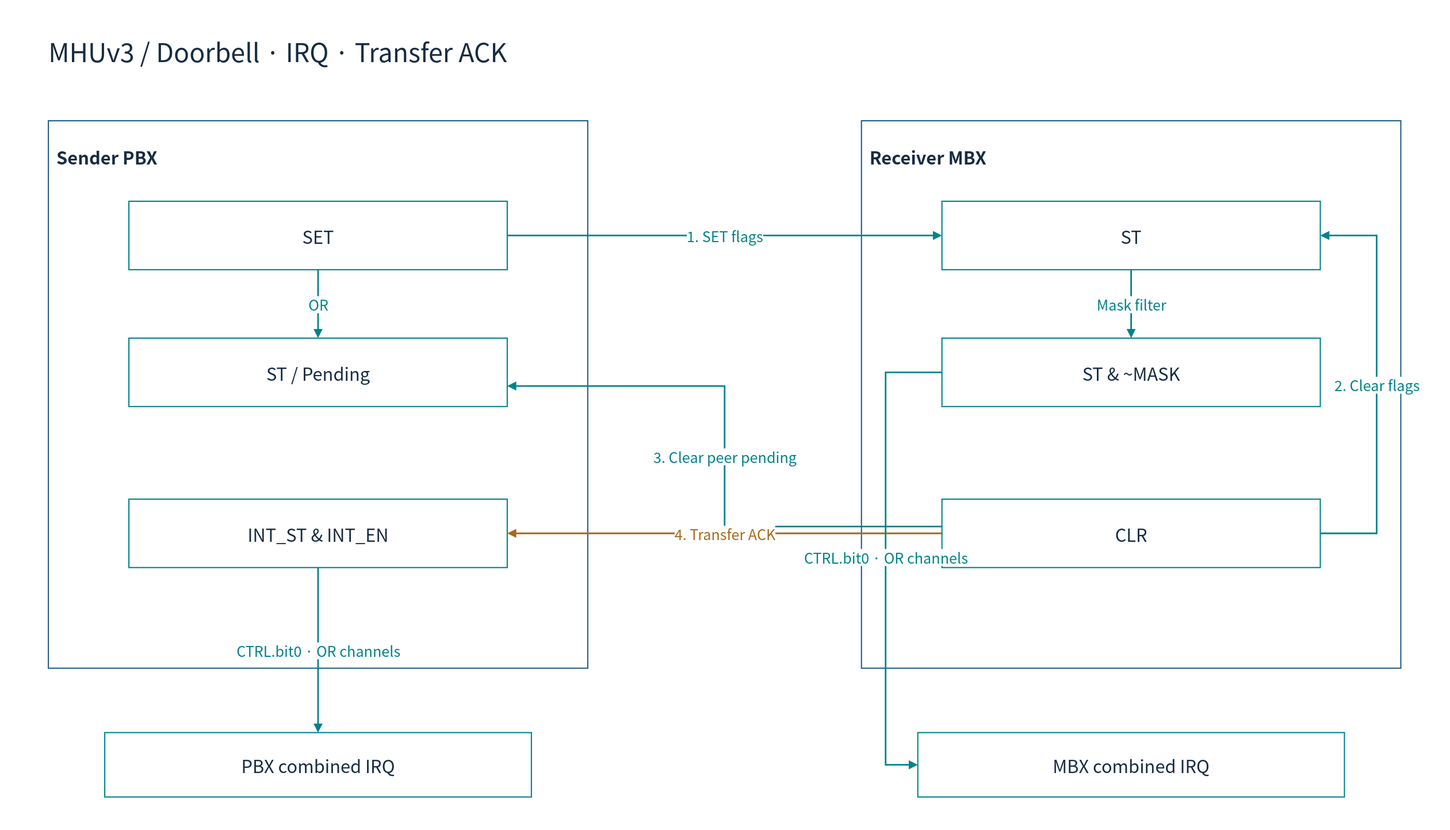
The draw.io diagram doc/phase1/mailbox/diagrams/02-registers.drawio.svg in cometzero/project-apollo, before a commit. Source tidied: cells renumbered, new cells last; positions are measured from the earlier drawing's top-left corner, leaving out a move shared by most shapes.
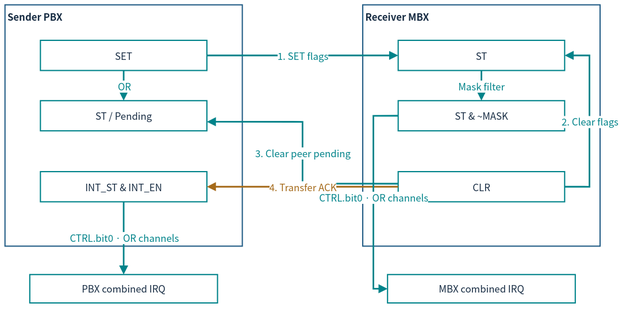
Above is the later version.

What changed in the source:
```diff
@@ -2,79 +2,73 @@
   <root>
     <mxCell id="0" />
     <mxCell id="1" parent="0" />
-    <mxCell id="2" style="rounded=0;whiteSpace=wrap;html=1;fillColor=#FFFFFF;strokeColor=none;strokeWidth=1.5;fontColor=#172C43;fontFamily=Noto Sans CJK KR;fontSize=22;spacing=10;" parent="1" vertex="1">
-      <mxGeometry width="1800" height="1030" as="geometry" />
-    </mxCell>
-    <mxCell id="3" value="MHUv3 / Doorbell · IRQ · Transfer ACK" style="rounded=0;whiteSpace=wrap;html=1;fillColor=#FFFFFF;strokeColor=none;strokeWidth=1.5;fontColor=#172C43;fontFamily=Noto Sans CJK KR;fontSize=22;spacing=10;fontSize=32;align=left;" parent="1" vertex="1">
-      <mxGeometry x="50" y="30" width="1700" height="65" as="geometry" />
-    </mxCell>
-    <mxCell id="4" value="Sender PBX" style="rounded=0;whiteSpace=wrap;html=1;fillColor=#FFFFFF;strokeColor=#235D86;strokeWidth=1.5;fontColor=#172C43;fontFamily=Noto Sans CJK KR;fontSize=22;spacing=10;verticalAlign=top;fontStyle=1;spacingTop=16;align=left;" parent="1" vertex="1">
-      <mxGeometry x="60" y="150" width="670" height="680" as="geometry" />
+    <mxCell id="4" value="Sender PBX" style="rounded=0;whiteSpace=wrap;html=1;fillColor=#FFFFFF;strokeColor=#235D86;strokeWidth=1.5;fontColor=#172C43;fontFamily=Noto Sans CJK KR;verticalAlign=top;fontStyle=1;align=left;fontSize=12;spacing=3;whiteSpace=wrap;" parent="1" vertex="1">
+      <mxGeometry x="12" y="34" width="295.1" height="299.5" as="geometry" />
     </mxCell>
-    <mxCell id="5" value="SET" style="rounded=0;whiteSpace=wrap;html=1;fillColor=#FFFFFF;strokeColor=#00838A;strokeWidth=1.5;fontColor=#172C43;fontFamily=Noto Sans CJK KR;fontSize=22;spacing=10;" parent="4" vertex="1">
-      <mxGeometry x="100" y="100" width="470" height="85" as="geometry" />
+    <mxCell id="5" value="SET" style="rounded=0;whiteSpace=wrap;html=1;fillColor=#FFFFFF;strokeColor=#00838A;strokeWidth=1.5;fontColor=#172C43;fontFamily=Noto Sans CJK KR;fontSize=12;spacing=3;whiteSpace=wrap;" parent="4" vertex="1">
+      <mxGeometry x="44" y="44" width="207" height="37.4" as="geometry" />
     </mxCell>
-    <mxCell id="6" value="ST / Pending" style="rounded=0;whiteSpace=wrap;html=1;fillColor=#FFFFFF;strokeColor=#00838A;strokeWidth=1.5;fontColor=#172C43;fontFamily=Noto Sans CJK KR;fontSize=22;spacing=10;" parent="4" vertex="1">
-      <mxGeometry x="100" y="270" width="470" height="85" as="geometry" />
+    <mxCell id="6" value="ST / Pending" style="rounded=0;whiteSpace=wrap;html=1;fillColor=#FFFFFF;strokeColor=#00838A;strokeWidth=1.5;fontColor=#172C43;fontFamily=Noto Sans CJK KR;fontSize=12;spacing=3;whiteSpace=wrap;" parent="4" vertex="1">
+      <mxGeometry x="44" y="118.9" width="207" height="37.4" as="geometry" />
     </mxCell>
-    <mxCell id="7" value="INT_ST &amp;amp; INT_EN" style="rounded=0;whiteSpace=wrap;html=1;fillColor=#FFFFFF;strokeColor=#00838A;strokeWidth=1.5;fontColor=#172C43;fontFamily=Noto Sans CJK KR;fontSize=22;spacing=10;" parent="4" vertex="1">
-      <mxGeometry x="100" y="470" width="470" height="85" as="geometry" />
+    <mxCell id="7" value="INT_ST &amp;amp; INT_EN" style="rounded=0;whiteSpace=wrap;html=1;fillColor=#FFFFFF;strokeColor=#00838A;strokeWidth=1.5;fontColor=#172C43;fontFamily=Noto Sans CJK KR;fontSize=12;spacing=3;whiteSpace=wrap;" parent="4" vertex="1">
+      <mxGeometry x="44" y="207" width="207" height="37.4" as="geometry" />
     </mxCell>
-    <mxCell id="8" value="Receiver MBX" style="rounded=0;whiteSpace=wrap;html=1;fillColor=#FFFFFF;strokeColor=#235D86;strokeWidth=1.5;fontColor=#172C43;fontFamily=Noto Sans CJK KR;fontSize=22;spacing=10;verticalAlign=top;fontStyle=1;spacingTop=16;align=left;" parent="1" vertex="1">
-      <mxGeometry x="1070" y="150" width="670" height="680" as="geometry" />
+    <mxCell id="8" value="Receiver MBX" style="rounded=0;whiteSpace=wrap;html=1;fillColor=#FFFFFF;strokeColor=#235D86;strokeWidth=1.5;fontColor=#172C43;fontFamily=Noto Sans CJK KR;verticalAlign=top;fontStyle=1;align=left;fontSize=12;spacing=3;whiteSpace=wrap;" parent="1" vertex="1">
+      <mxGeometry x="456.9" y="34" width="295.1" height="299.5" as="geometry" />
     </mxCell>
-    <mxCell id="9" value="ST" style="rounded=0;whiteSpace=wrap;html=1;fillColor=#FFFFFF;strokeColor=#00838A;strokeWidth=1.5;fontColor=#172C43;fontFamily=Noto Sans CJK KR;fontSize=22;spacing=10;" parent="8" vertex="1">
-      <mxGeometry x="100" y="100" width="470" height="85" as="geometry" />
+    <mxCell id="9" value="ST" style="rounded=0;whiteSpace=wrap;html=1;fillColor=#FFFFFF;strokeColor=#00838A;strokeWidth=1.5;fontColor=#172C43;fontFamily=Noto Sans CJK KR;fontSize=12;spacing=3;whiteSpace=wrap;" parent="8" vertex="1">
+      <mxGeometry x="44" y="44" width="207" height="37.4" as="geometry" />
     </mxCell>
-    <mxCell id="10" value="ST &amp;amp; ~MASK" style="rounded=0;whiteSpace=wrap;html=1;fillColor=#FFFFFF;strokeColor=#00838A;strokeWidth=1.5;fontColor=#172C43;fontFamily=Noto Sans CJK KR;fontSize=22;spacing=10;" parent="8" vertex="1">
-      <mxGeometry x="100" y="270" width="470" height="85" as="geometry" />
+    <mxCell id="10" value="ST &amp;amp; ~MASK" style="rounded=0;whiteSpace=wrap;html=1;fillColor=#FFFFFF;strokeColor=#00838A;strokeWidth=1.5;fontColor=#172C43;fontFamily=Noto Sans CJK KR;fontSize=12;spacing=3;whiteSpace=wrap;" parent="8" vertex="1">
+      <mxGeometry x="44" y="118.9" width="207" height="37.4" as="geometry" />
     </mxCell>
-    <mxCell id="11" value="CLR" style="rounded=0;whiteSpace=wrap;html=1;fillColor=#FFFFFF;strokeColor=#00838A;strokeWidth=1.5;fontColor=#172C43;fontFamily=Noto Sans CJK KR;fontSize=22;spacing=10;" parent="8" vertex="1">
-      <mxGeometry x="100" y="470" width="470" height="85" as="geometry" />
+    <mxCell id="11" value="CLR" style="rounded=0;whiteSpace=wrap;html=1;fillColor=#FFFFFF;strokeColor=#00838A;strokeWidth=1.5;fontColor=#172C43;fontFamily=Noto Sans CJK KR;fontSize=12;spacing=3;whiteSpace=wrap;" parent="8" vertex="1">
+      <mxGeometry x="44" y="207" width="207" height="37.4" as="geometry" />
     </mxCell>
-    <mxCell id="12" value="OR" style="edgeStyle=orthogonalEdgeStyle;rounded=0;html=1;endArrow=block;endFill=1;strokeWidth=2;strokeColor=#00838A;fontColor=#00838A;fontFamily=Noto Sans CJK KR;fontSize=18;labelBackgroundColor=#FFFFFF;exitX=0.5;exitY=1;entryX=0.5;entryY=0;" parent="1" edge="1" source="5" target="6">
+    <mxCell id="12" value="OR" style="edgeStyle=orthogonalEdgeStyle;rounded=0;html=1;endArrow=block;endFill=1;strokeWidth=2;strokeColor=#00838A;fontColor=#00838A;fontFamily=Noto Sans CJK KR;labelBackgroundColor=#FFFFFF;exitX=0.5;exitY=1;entryX=0.5;entryY=0;fontSize=12;spacing=3;whiteSpace=nowrap;" parent="1" edge="1" source="5" target="6">
       <mxGeometry relative="1" as="geometry" />
     </mxCell>
-    <mxCell id="13" value="1. SET flags" style="edgeStyle=orthogonalEdgeStyle;rounded=0;html=1;endArrow=block;endFill=1;strokeWidth=2;strokeColor=#00838A;fontColor=#00838A;fontFamily=Noto Sans CJK KR;fontSize=18;labelBackgroundColor=#FFFFFF;exitX=1;exitY=0.5;entryX=0;entryY=0.5;" parent="1" edge="1" source="5" target="9">
+    <mxCell id="13" value="1. SET flags" style="edgeStyle=orthogonalEdgeStyle;rounded=0;html=1;endArrow=block;endFill=1;strokeWidth=2;strokeColor=#00838A;fontColor=#00838A;fontFamily=Noto Sans CJK KR;labelBackgroundColor=#FFFFFF;exitX=1;exitY=0.5;entryX=0;entryY=0.5;fontSize=12;spacing=3;whiteSpace=nowrap;" parent="1" edge="1" source="5" target="9">
       <mxGeometry relative="1" as="geometry" />
     </mxCell>
-    <mxCell id="14" value="Mask filter" style="edgeStyle=orthogonalEdgeStyle;rounded=0;html=1;endArrow=block;endFill=1;strokeWidth=2;strokeColor=#00838A;fontColor=#00838A;fontFamily=Noto Sans CJK KR;fontSize=18;labelBackgroundColor=#FFFFFF;exitX=0.5;exitY=1;entryX=0.5;entryY=0;" parent="1" edge="1" source="9" target="10">
+    <mxCell id="14" value="Mask filter" style="edgeStyle=orthogonalEdgeStyle;rounded=0;html=1;endArrow=block;endFill=1;strokeWidth=2;strokeColor=#00838A;fontColor=#00838A;fontFamily=Noto Sans CJK KR;labelBackgroundColor=#FFFFFF;exitX=0.5;exitY=1;entryX=0.5;entryY=0;fontSize=12;spacing=3;whiteSpace=nowrap;" parent="1" edge="1" source="9" target="10">
       <mxGeometry relative="1" as="geometry" />
     </mxCell>
-    <mxCell id="15" value="3. Clear peer pending" style="edgeStyle=orthogonalEdgeStyle;rounded=0;html=1;endArrow=block;endFill=1;strokeWidth=2;strokeColor=#00838A;fontColor=#00838A;fontFamily=Noto Sans CJK KR;fontSize=18;labelBackgroundColor=#FFFFFF;exitX=0;exitY=0.4;entryX=1;entryY=0.7;" parent="1" edge="1" source="11" target="6">
+    <mxCell id="15" value="3. Clear peer pending" style="edgeStyle=orthogonalEdgeStyle;rounded=0;html=1;endArrow=block;endFill=1;strokeWidth=2;strokeColor=#00838A;fontColor=#00838A;fontFamily=Noto Sans CJK KR;labelBackgroundColor=#FFFFFF;exitX=0;exitY=0.4;entryX=1;entryY=0.7;fontSize=12;spacing=3;whiteSpace=nowrap;" parent="1" edge="1" source="11" target="6">
       <mxGeometry relative="1" as="geometry">
         <Array as="points">
-          <mxPoint x="900" y="654" />
-          <mxPoint x="900" y="480" />
+          <mxPoint x="382" y="256" />
+          <mxPoint x="382" y="179.4" />
         </Array>
       </mxGeometry>
     </mxCell>
-    <mxCell id="16" value="4. Transfer ACK" style="edgeStyle=orthogonalEdgeStyle;rounded=0;html=1;endArrow=block;endFill=1;strokeWidth=2;strokeColor=#A56A1A;fontColor=#A56A1A;fontFamily=Noto Sans CJK KR;fontSize=18;labelBackgroundColor=#FFFFFF;exitX=0;exitY=0.5;entryX=1;entryY=0.5;" parent="1" edge="1" source="11" target="7">
+    <mxCell id="16" value="4. Transfer ACK" style="edgeStyle=orthogonalEdgeStyle;rounded=0;html=1;endArrow=block;endFill=1;strokeWidth=2;strokeColor=#A56A1A;fontColor=#A56A1A;fontFamily=Noto Sans CJK KR;labelBackgroundColor=#FFFFFF;exitX=0;exitY=0.5;entryX=1;entryY=0.5;fontSize=12;spacing=3;whiteSpace=nowrap;" parent="1" edge="1" source="11" target="7">
       <mxGeometry relative="1" as="geometry" />
     </mxCell>
-    <mxCell id="17" value="2. Clear flags" style="edgeStyle=orthogonalEdgeStyle;rounded=0;html=1;endArrow=block;endFill=1;strokeWidth=2;strokeColor=#00838A;fontColor=#00838A;fontFamily=Noto Sans CJK KR;fontSize=18;labelBackgroundColor=#FFFFFF;exitX=1;exitY=0.5;entryX=1;entryY=0.5;" parent="1" edge="1" source="11" target="9">
+    <mxCell id="17" value="2. Clear flags" style="edgeStyle=orthogonalEdgeStyle;rounded=0;html=1;endArrow=block;endFill=1;strokeWidth=2;strokeColor=#00838A;fontColor=#00838A;fontFamily=Noto Sans CJK KR;labelBackgroundColor=#FFFFFF;exitX=1;exitY=0.5;entryX=1;entryY=0.5;fontSize=12;spacing=3;whiteSpace=nowrap;" parent="1" edge="1" source="11" target="9">
       <mxGeometry relative="1" as="geometry">
         <Array as="points">
-          <mxPoint x="1710" y="662" />
-          <mxPoint x="1710" y="292" />
+          <mxPoint x="738.8" y="259.6" />
+          <mxPoint x="738.8" y="96.6" />
         </Array>
       </mxGeometry>
     </mxCell>
-    <mxCell id="18" value="MBX combined IRQ" style="rounded=0;whiteSpace=wrap;html=1;fillColor=#FFFFFF;strokeColor=#00838A;strokeWidth=1.5;fontColor=#172C43;fontFamily=Noto Sans CJK KR;fontSize=22;spacing=10;" parent="1" vertex="1">
-      <mxGeometry x="1140" y="910" width="530" height="80" as="geometry" />
+    <mxCell id="18" value="MBX combined IRQ" style="rounded=0;whiteSpace=wrap;html=1;fillColor=#FFFFFF;strokeColor=#00838A;strokeWidth=1.5;fontColor=#172C43;fontFamily=Noto Sans CJK KR;fontSize=12;spacing=3;whiteSpace=wrap;" parent="1" vertex="1">
+      <mxGeometry x="487.7" y="368.8" width="233.4" height="35.2" as="geometry" />
     </mxCell>
-    <mxCell id="19" value="PBX combined IRQ" style="rounded=0;whiteSpace=wrap;html=1;fillColor=#FFFFFF;strokeColor=#00838A;strokeWidth=1.5;fontColor=#172C43;fontFamily=Noto Sans CJK KR;fontSize=22;spacing=10;" parent="1" vertex="1">
-      <mxGeometry x="130" y="910" width="530" height="80" as="geometry" />
+    <mxCell id="19" value="PBX combined IRQ" style="rounded=0;whiteSpace=wrap;html=1;fillColor=#FFFFFF;strokeColor=#00838A;strokeWidth=1.5;fontColor=#172C43;fontFamily=Noto Sans CJK KR;fontSize=12;spacing=3;whiteSpace=wrap;" parent="1" vertex="1">
+      <mxGeometry x="42.8" y="368.8" width="233.4" height="35.2" as="geometry" />
     </mxCell>
-    <mxCell id="20" value="CTRL.bit0 · OR channels" style="edgeStyle=orthogonalEdgeStyle;rounded=0;html=1;endArrow=block;endFill=1;strokeWidth=2;strokeColor=#00838A;fontColor=#00838A;fontFamily=Noto Sans CJK KR;fontSize=18;labelBackgroundColor=#FFFFFF;exitX=0;exitY=0.5;entryX=0;entryY=0.5;" parent="1" edge="1" source="10" target="18">
+    <mxCell id="20" value="CTRL.bit0 · OR channels" style="edgeStyle=orthogonalEdgeStyle;rounded=0;html=1;endArrow=block;endFill=1;strokeWidth=2;strokeColor=#00838A;fontColor=#00838A;fontFamily=Noto Sans CJK KR;labelBackgroundColor=#FFFFFF;exitX=0;exitY=0.5;entryX=0;entryY=0.5;fontSize=12;spacing=3;whiteSpace=nowrap;" parent="1" edge="1" source="10" target="18">
       <mxGeometry relative="1" as="geometry">
         <Array as="points">
-          <mxPoint x="1100" y="462" />
-          <mxPoint x="1100" y="950" />
+          <mxPoint x="470.1" y="171.4" />
+          <mxPoint x="470.1" y="386.4" />
         </Array>
       </mxGeometry>
     </mxCell>
-    <mxCell id="21" value="CTRL.bit0 · OR channels" style="edgeStyle=orthogonalEdgeStyle;rounded=0;html=1;endArrow=block;endFill=1;strokeWidth=2;strokeColor=#00838A;fontColor=#00838A;fontFamily=Noto Sans CJK KR;fontSize=18;labelBackgroundColor=#FFFFFF;exitX=0.5;exitY=1;entryX=0.5;entryY=0;" parent="1" edge="1" source="7" target="19">
+    <mxCell id="21" value="CTRL.bit0 · OR channels" style="edgeStyle=orthogonalEdgeStyle;rounded=0;html=1;endArrow=block;endFill=1;strokeWidth=2;strokeColor=#00838A;fontColor=#00838A;fontFamily=Noto Sans CJK KR;labelBackgroundColor=#FFFFFF;exitX=0.5;exitY=1;entryX=0.5;entryY=0;fontSize=12;spacing=3;whiteSpace=nowrap;" parent="1" edge="1" source="7" target="19">
       <mxGeometry relative="1" as="geometry" />
     </mxCell>
   </root>
```
